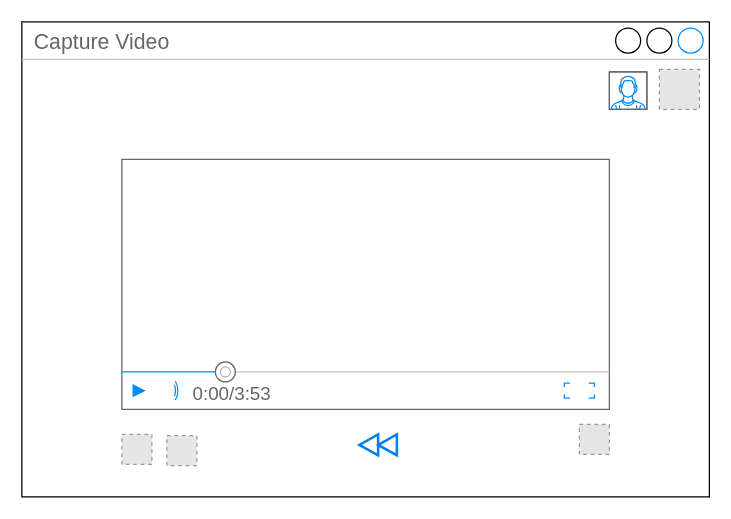
Earlier version of the draw.io diagram page "Certified User - Landing" (5 of 9) of Untitled Diagram.drawio (wowarjuna/ivod). Source tidied: cells renumbered, new cells numbered last; positions are measured from the earlier drawing's top-left corner, leaving out a move shared by most shapes. Both pictures are drawn from the tidied source at 125%, with x=0, y=0 at pixel (21, 21). Pictures stored in the file or linked from it are replaced by grey dashed boxes.
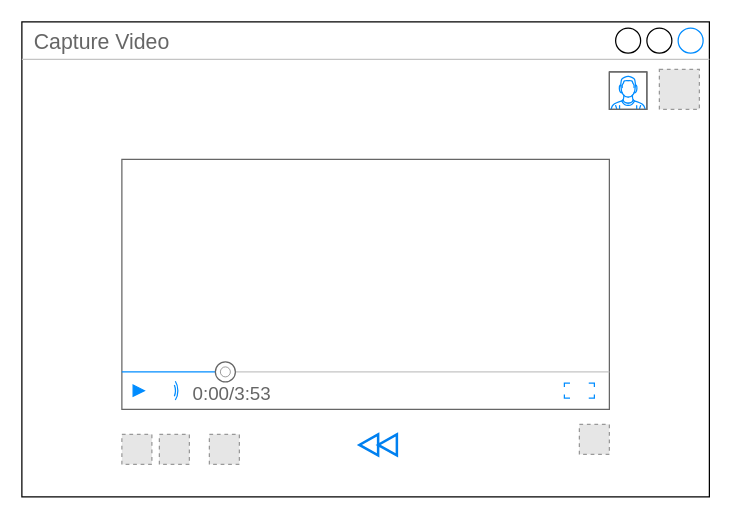
Above is the later version.

Change to the diagram source:
```diff
@@
 <mxGraphModel>
   <root>
     <mxCell id="0" />
     <mxCell id="1" parent="0" />
     <mxCell id="2" value="Capture Video" style="strokeWidth=1;shadow=0;dashed=0;align=center;html=1;shape=mxgraph.mockup.containers.window;align=left;verticalAlign=top;spacingLeft=8;strokeColor2=#008cff;strokeColor3=#c4c4c4;fontColor=#666666;mainText=;fontSize=17;labelBackgroundColor=none;" parent="1" vertex="1">
       <mxGeometry width="550" height="380" as="geometry" />
     </mxCell>
     <mxCell id="3" style="verticalLabelPosition=bottom;shadow=0;dashed=0;align=center;html=1;verticalAlign=top;strokeWidth=1;shape=mxgraph.mockup.containers.userMale;strokeColor=#666666;strokeColor2=#008cff;" parent="1" vertex="1">
       <mxGeometry x="470" y="40" width="30" height="30" as="geometry" />
     </mxCell>
     <mxCell id="4" style="fillColor=#E6E6E6;strokeColor=#999999;dashed=1;html=1;verticalAlign=top;verticalLabelPosition=bottom;labelBackgroundColor=#ffffff;fontSize=12;" parent="1" vertex="1">
       <mxGeometry x="80" y="330" width="24" height="24" as="geometry" />
     </mxCell>
     <mxCell id="5" style="html=1;verticalLabelPosition=bottom;align=center;labelBackgroundColor=#ffffff;verticalAlign=top;strokeWidth=2;strokeColor=#0080F0;shadow=0;dashed=0;shape=mxgraph.ios7.icons.backward;fontSize=12;" parent="1" vertex="1">
       <mxGeometry x="270" y="330" width="30" height="16.8" as="geometry" />
     </mxCell>
     <mxCell id="6" style="fillColor=#E6E6E6;strokeColor=#999999;dashed=1;html=1;verticalAlign=top;verticalLabelPosition=bottom;labelBackgroundColor=#ffffff;fontSize=12;" parent="1" vertex="1">
       <mxGeometry x="510" y="38" width="32" height="32" as="geometry" />
     </mxCell>
     <mxCell id="7" style="verticalLabelPosition=bottom;shadow=0;dashed=0;align=center;html=1;verticalAlign=top;strokeWidth=1;shape=mxgraph.mockup.containers.videoPlayer;strokeColor=#666666;strokeColor2=#008cff;strokeColor3=#c4c4c4;textColor=#666666;fillColor2=#008cff;barHeight=30;barPos=20;fontSize=12;" parent="1" vertex="1">
       <mxGeometry x="80" y="110" width="390" height="200" as="geometry" />
     </mxCell>
     <mxCell id="8" style="fillColor=#E6E6E6;strokeColor=#999999;dashed=1;html=1;verticalAlign=top;verticalLabelPosition=bottom;labelBackgroundColor=#ffffff;" parent="1" vertex="1">
       <mxGeometry x="446" y="322" width="24" height="24" as="geometry" />
     </mxCell>
     <mxCell id="9" style="fillColor=#E6E6E6;strokeColor=#999999;dashed=1;html=1;verticalAlign=top;verticalLabelPosition=bottom;labelBackgroundColor=#ffffff;" parent="1" vertex="1">
-      <mxGeometry x="116" y="331" width="24" height="24" as="geometry" />
+      <mxGeometry x="150" y="330" width="24" height="24" as="geometry" />
     </mxCell>
+    <mxCell id="10" style="fillColor=#E6E6E6;strokeColor=#999999;dashed=1;html=1;verticalAlign=top;verticalLabelPosition=bottom;labelBackgroundColor=#ffffff;" parent="1" vertex="1">
+      <mxGeometry x="110" y="330" width="24" height="24" as="geometry" />
+    </mxCell>
   </root>
 </mxGraphModel>
```
